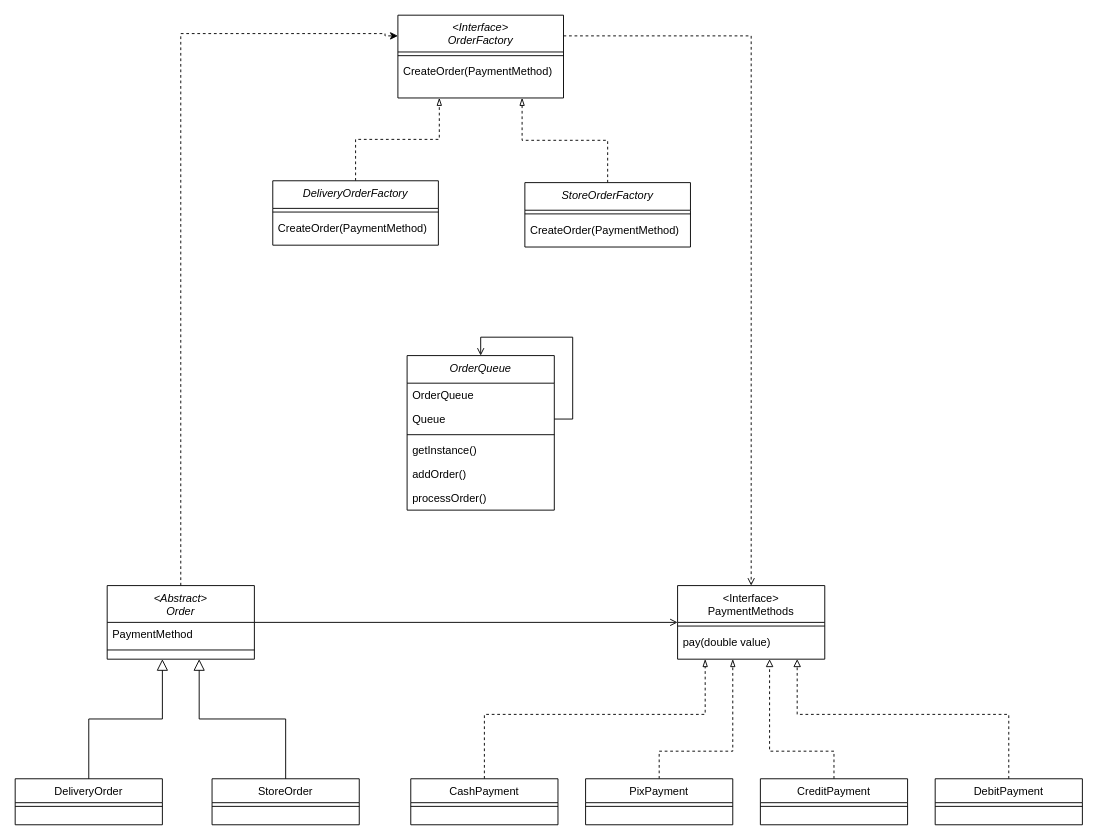
rhuannascimento/atv-01-AA-Engenharia-De-Software keeps this draw.io diagram as src/main/java/org/example/diagram/atv1.drawio. Above is the earlier version. Source tidied: cells renumbered, new cells numbered last; positions are measured from the earlier drawing's top-left corner, leaving out a move shared by most shapes. Both pictures are drawn from the tidied source at 92%, with x=0, y=0 at pixel (15, 15).
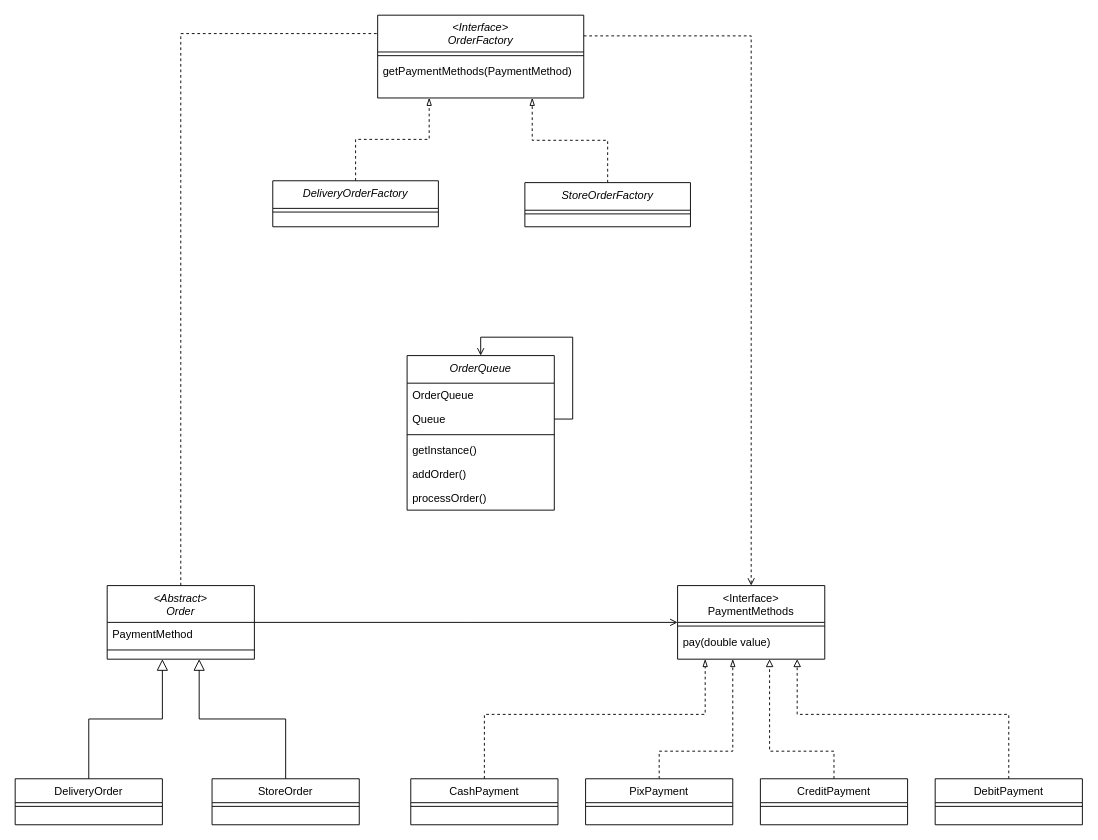
After the change.

Diff of the diagram source:
```diff
@@
     <mxCell id="28" value="&lt;Interface&gt;&#10;OrderFactory" style="swimlane;fontStyle=2;align=center;verticalAlign=top;horizontal=1;startSize=40;rounded=0;shadow=0;strokeWidth=1;" parent="1" vertex="1">
-      <mxGeometry x="416" width="180" height="90" as="geometry" />
+      <mxGeometry x="394" width="224" height="90" as="geometry" />
     </mxCell>
     <mxCell id="29" style="line;html=1;strokeWidth=1;align=left;verticalAlign=middle;spacingTop=-1;spacingLeft=3;spacingRight=3;labelPosition=right;" parent="28" vertex="1">
-      <mxGeometry y="40" width="180" height="8" as="geometry" />
+      <mxGeometry y="40" width="224" height="8" as="geometry" />
     </mxCell>
-    <mxCell id="30" value="CreateOrder(PaymentMethod)" style="text;align=left;verticalAlign=top;spacingLeft=4;spacingRight=4;overflow=hidden;" parent="28" vertex="1">
-      <mxGeometry y="48" width="180" height="26" as="geometry" />
+    <mxCell id="30" value="getPaymentMethods(PaymentMethod)" style="text;align=left;verticalAlign=top;spacingLeft=4;spacingRight=4;overflow=hidden;" parent="28" vertex="1">
+      <mxGeometry y="48" width="224" height="26" as="geometry" />
     </mxCell>
@@
     <mxCell id="32" value="DeliveryOrderFactory" style="swimlane;fontStyle=2;align=center;verticalAlign=top;horizontal=1;startSize=30;rounded=0;shadow=0;strokeWidth=1;" parent="1" vertex="1">
-      <mxGeometry x="280" y="180" width="180" height="70" as="geometry" />
+      <mxGeometry x="280" y="180" width="180" height="50" as="geometry" />
     </mxCell>
@@
-    <mxCell id="34" value="CreateOrder(PaymentMethod)" style="text;align=left;verticalAlign=top;spacingLeft=4;spacingRight=4;overflow=hidden;" parent="32" vertex="1">
-      <mxGeometry y="38" width="180" height="26" as="geometry" />
-    </mxCell>
@@
     <mxCell id="36" value="StoreOrderFactory" style="swimlane;fontStyle=2;align=center;verticalAlign=top;horizontal=1;startSize=30;rounded=0;shadow=0;strokeWidth=1;" parent="1" vertex="1">
-      <mxGeometry x="554" y="182" width="180" height="70" as="geometry" />
+      <mxGeometry x="554" y="182" width="180" height="48" as="geometry" />
     </mxCell>
@@
-    <mxCell id="38" value="CreateOrder(PaymentMethod)" style="text;align=left;verticalAlign=top;spacingLeft=4;spacingRight=4;overflow=hidden;" parent="36" vertex="1">
-      <mxGeometry y="38" width="180" height="26" as="geometry" />
-    </mxCell>
```
